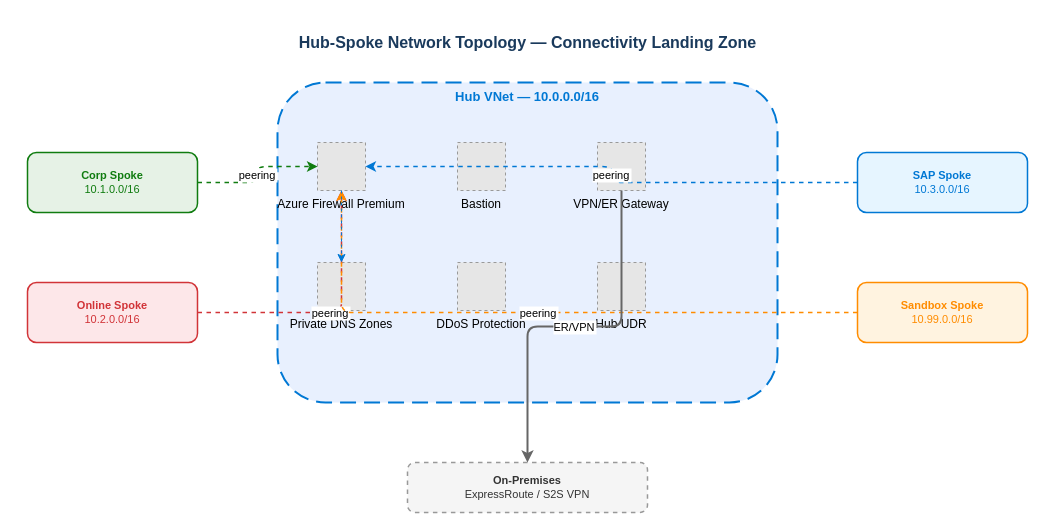
Earlier version of the draw.io diagram docs/diagrams/02-hub-spoke-network-topology.drawio (MaRekGroup/agentic-alz-accelerator). Source tidied: cells renumbered, new cells numbered last; positions are measured from the earlier drawing's top-left corner, leaving out a move shared by most shapes. Both pictures are drawn from the tidied source at 100%, with x=0, y=0 at pixel (27, 22). Pictures stored in the file or linked from it are replaced by grey dashed boxes.
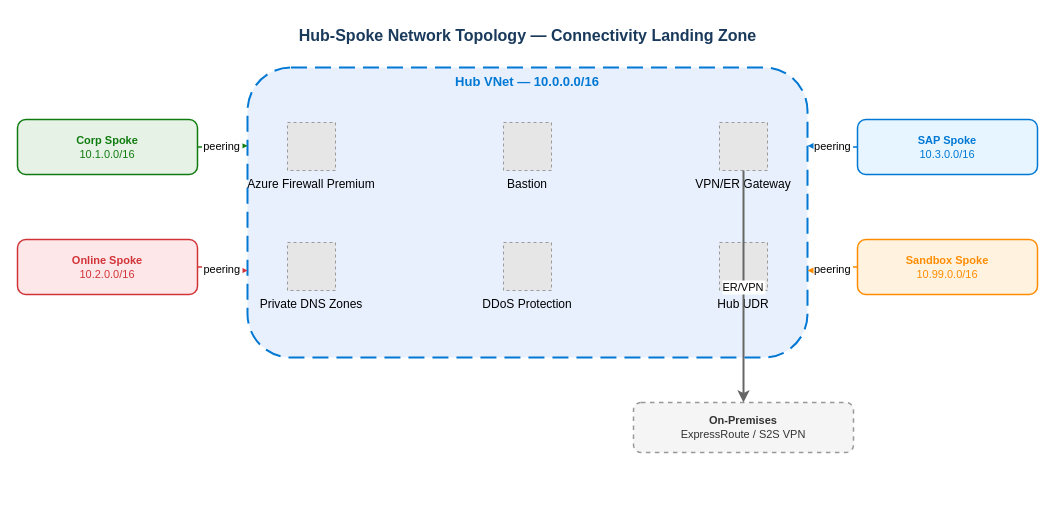
After the change.

What changed in the source:
```diff
@@
     <mxCell id="2" value="&lt;b&gt;Hub-Spoke Network Topology — Connectivity Landing Zone&lt;/b&gt;" style="text;html=1;align=center;verticalAlign=middle;fontSize=16;fontColor=#1a3a5c;fillColor=none;strokeColor=none;" parent="1" vertex="1">
-      <mxGeometry x="150" width="700" height="40" as="geometry" />
+      <mxGeometry x="170" y="-5" width="660" height="35" as="geometry" />
     </mxCell>
     <mxCell id="3" value="&lt;b&gt;Hub VNet — 10.0.0.0/16&lt;/b&gt;" style="rounded=1;whiteSpace=wrap;html=1;fillColor=#E8F0FE;fontColor=#0078D4;strokeColor=#0078D4;strokeWidth=2;verticalAlign=top;fontSize=13;fontStyle=1;dashed=1;dashPattern=8 4;" parent="1" vertex="1">
-      <mxGeometry x="250" y="60" width="500" height="320" as="geometry" />
+      <mxGeometry x="220" y="45" width="560" height="290" as="geometry" />
     </mxCell>
     <mxCell id="4" value="Azure Firewall Premium" style="fillColor=#E6E6E6;strokeColor=#999999;dashed=1;verticalLabelPosition=bottom;verticalAlign=top;" parent="1" vertex="1">
-      <mxGeometry x="290" y="120" width="48" height="48" as="geometry" />
+      <mxGeometry x="260" y="100" width="48" height="48" as="geometry" />
     </mxCell>
     <mxCell id="5" value="Bastion" style="fillColor=#E6E6E6;strokeColor=#999999;dashed=1;verticalLabelPosition=bottom;verticalAlign=top;" parent="1" vertex="1">
-      <mxGeometry x="430" y="120" width="48" height="48" as="geometry" />
+      <mxGeometry x="476" y="100" width="48" height="48" as="geometry" />
     </mxCell>
     <mxCell id="6" value="VPN/ER Gateway" style="fillColor=#E6E6E6;strokeColor=#999999;dashed=1;verticalLabelPosition=bottom;verticalAlign=top;" parent="1" vertex="1">
-      <mxGeometry x="570" y="120" width="48" height="48" as="geometry" />
+      <mxGeometry x="692" y="100" width="48" height="48" as="geometry" />
     </mxCell>
     <mxCell id="7" value="Private DNS Zones" style="fillColor=#E6E6E6;strokeColor=#999999;dashed=1;verticalLabelPosition=bottom;verticalAlign=top;" parent="1" vertex="1">
-      <mxGeometry x="290" y="240" width="48" height="48" as="geometry" />
+      <mxGeometry x="260" y="220" width="48" height="48" as="geometry" />
     </mxCell>
     <mxCell id="8" value="DDoS Protection" style="fillColor=#E6E6E6;strokeColor=#999999;dashed=1;verticalLabelPosition=bottom;verticalAlign=top;" parent="1" vertex="1">
-      <mxGeometry x="430" y="240" width="48" height="48" as="geometry" />
+      <mxGeometry x="476" y="220" width="48" height="48" as="geometry" />
     </mxCell>
     <mxCell id="9" value="Hub UDR" style="fillColor=#E6E6E6;strokeColor=#999999;dashed=1;verticalLabelPosition=bottom;verticalAlign=top;" parent="1" vertex="1">
-      <mxGeometry x="570" y="240" width="48" height="48" as="geometry" />
+      <mxGeometry x="692" y="220" width="48" height="48" as="geometry" />
     </mxCell>
     <mxCell id="10" value="&lt;b&gt;Corp Spoke&lt;/b&gt;&lt;br&gt;10.1.0.0/16" style="rounded=1;whiteSpace=wrap;html=1;fillColor=#E6F2E6;fontColor=#107C10;strokeColor=#107C10;strokeWidth=1.5;fontSize=11;" parent="1" vertex="1">
-      <mxGeometry y="130" width="170" height="60" as="geometry" />
+      <mxGeometry x="-10" y="97" width="180" height="55" as="geometry" />
     </mxCell>
     <mxCell id="11" value="&lt;b&gt;Online Spoke&lt;/b&gt;&lt;br&gt;10.2.0.0/16" style="rounded=1;whiteSpace=wrap;html=1;fillColor=#FDE7E9;fontColor=#D13438;strokeColor=#D13438;strokeWidth=1.5;fontSize=11;" parent="1" vertex="1">
-      <mxGeometry y="260" width="170" height="60" as="geometry" />
+      <mxGeometry x="-10" y="217" width="180" height="55" as="geometry" />
     </mxCell>
     <mxCell id="12" value="&lt;b&gt;SAP Spoke&lt;/b&gt;&lt;br&gt;10.3.0.0/16" style="rounded=1;whiteSpace=wrap;html=1;fillColor=#E6F5FF;fontColor=#0078D4;strokeColor=#0078D4;strokeWidth=1.5;fontSize=11;" parent="1" vertex="1">
-      <mxGeometry x="830" y="130" width="170" height="60" as="geometry" />
+      <mxGeometry x="830" y="97" width="180" height="55" as="geometry" />
     </mxCell>
     <mxCell id="13" value="&lt;b&gt;Sandbox Spoke&lt;/b&gt;&lt;br&gt;10.99.0.0/16" style="rounded=1;whiteSpace=wrap;html=1;fillColor=#FFF3E0;fontColor=#FF8C00;strokeColor=#FF8C00;strokeWidth=1.5;fontSize=11;" parent="1" vertex="1">
-      <mxGeometry x="830" y="260" width="170" height="60" as="geometry" />
+      <mxGeometry x="830" y="217" width="180" height="55" as="geometry" />
     </mxCell>
     <mxCell id="14" value="&lt;b&gt;On-Premises&lt;/b&gt;&lt;br&gt;ExpressRoute / S2S VPN" style="rounded=1;whiteSpace=wrap;html=1;fillColor=#F5F5F5;fontColor=#333;strokeColor=#999;strokeWidth=1.5;fontSize=11;dashed=1;" parent="1" vertex="1">
-      <mxGeometry x="380" y="440" width="240" height="50" as="geometry" />
+      <mxGeometry x="606" y="380" width="220" height="50" as="geometry" />
     </mxCell>
-    <mxCell id="15" value="peering" style="edgeStyle=orthogonalEdgeStyle;strokeColor=#107C10;strokeWidth=1.5;dashed=1;" parent="1" edge="1" source="10" target="4">
+    <mxCell id="15" value="peering" style="edgeStyle=entityRelationEdgeStyle;strokeWidth=1.5;dashed=1;strokeColor=#107C10;exitX=1;exitY=0.5;exitDx=0;exitDy=0;entryX=0;entryY=0.27;entryDx=0;entryDy=0;" parent="1" edge="1" source="10" target="3">
       <mxGeometry relative="1" as="geometry" />
     </mxCell>
-    <mxCell id="16" value="peering" style="edgeStyle=orthogonalEdgeStyle;strokeColor=#D13438;strokeWidth=1.5;dashed=1;" parent="1" edge="1" source="11" target="4">
+    <mxCell id="16" value="peering" style="edgeStyle=entityRelationEdgeStyle;strokeWidth=1.5;dashed=1;strokeColor=#D13438;exitX=1;exitY=0.5;exitDx=0;exitDy=0;entryX=0;entryY=0.70;entryDx=0;entryDy=0;" parent="1" edge="1" source="11" target="3">
       <mxGeometry relative="1" as="geometry" />
     </mxCell>
-    <mxCell id="17" value="peering" style="edgeStyle=orthogonalEdgeStyle;strokeColor=#0078D4;strokeWidth=1.5;dashed=1;" parent="1" edge="1" source="12" target="4">
+    <mxCell id="17" value="peering" style="edgeStyle=entityRelationEdgeStyle;strokeWidth=1.5;dashed=1;strokeColor=#0078D4;exitX=0;exitY=0.5;exitDx=0;exitDy=0;entryX=1;entryY=0.27;entryDx=0;entryDy=0;" parent="1" edge="1" source="12" target="3">
       <mxGeometry relative="1" as="geometry" />
     </mxCell>
-    <mxCell id="18" value="peering" style="edgeStyle=orthogonalEdgeStyle;strokeColor=#FF8C00;strokeWidth=1.5;dashed=1;" parent="1" edge="1" source="13" target="4">
+    <mxCell id="18" value="peering" style="edgeStyle=entityRelationEdgeStyle;strokeWidth=1.5;dashed=1;strokeColor=#FF8C00;exitX=0;exitY=0.5;exitDx=0;exitDy=0;entryX=1;entryY=0.70;entryDx=0;entryDy=0;" parent="1" edge="1" source="13" target="3">
       <mxGeometry relative="1" as="geometry" />
     </mxCell>
-    <mxCell id="19" value="ER/VPN" style="edgeStyle=orthogonalEdgeStyle;strokeColor=#666;strokeWidth=2;" parent="1" edge="1" source="6" target="14">
+    <mxCell id="19" value="ER/VPN" style="edgeStyle=orthogonalEdgeStyle;strokeColor=#666;strokeWidth=2;exitX=0.5;exitY=1;exitDx=0;exitDy=0;entryX=0.5;entryY=0;entryDx=0;entryDy=0;" parent="1" edge="1" source="6" target="14">
       <mxGeometry relative="1" as="geometry" />
     </mxCell>
-    <mxCell id="20" style="edgeStyle=orthogonalEdgeStyle;strokeColor=#0078D4;strokeWidth=1;dashed=1;" parent="1" edge="1" source="4" target="7">
-      <mxGeometry relative="1" as="geometry" />
-    </mxCell>
```
